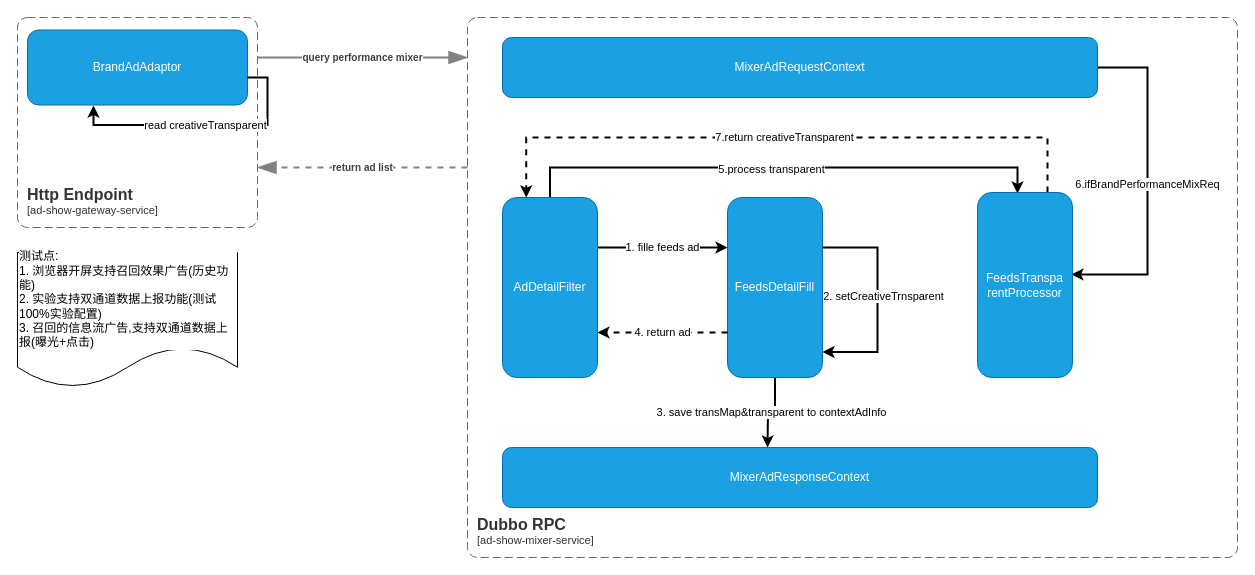
Before: universal-engine/universal-transparent.drawio in karlchan-cn/drawio-repository, a draw.io diagram. Source tidied: cells renumbered, new cells numbered last; positions are measured from the earlier drawing's top-left corner, leaving out a move shared by most shapes. Both pictures are drawn from the tidied source at 100%, with x=0, y=0 at pixel (17, 17).
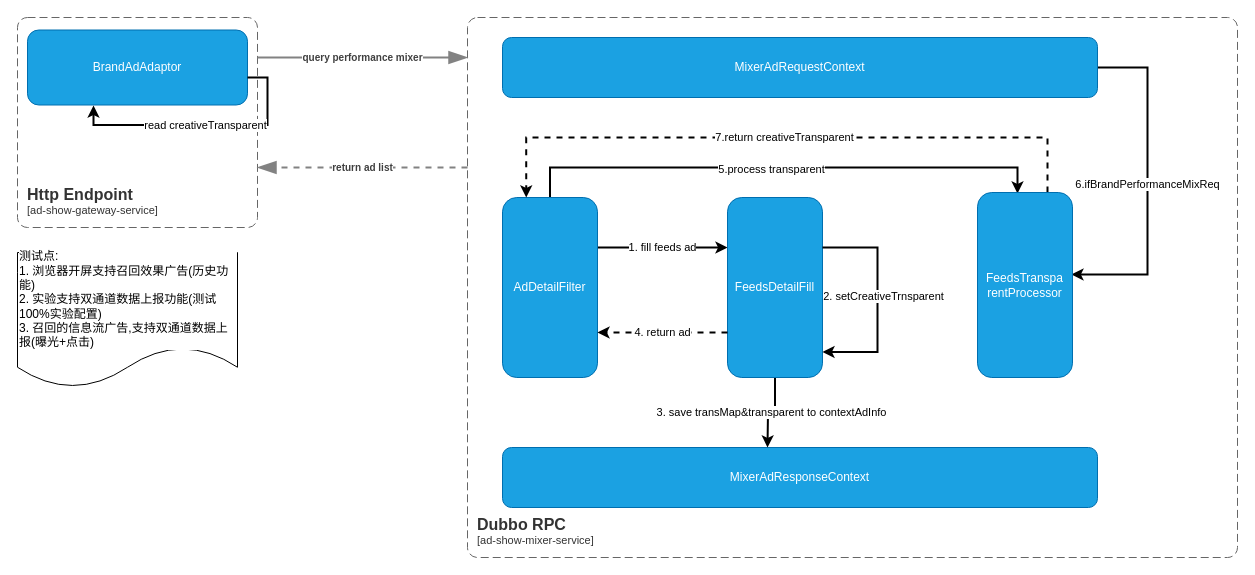
Above is the later version.

The change refers to these unchanged cells:
```xml
<mxCell id="10" value="AdDetailFilter" style="rounded=1;whiteSpace=wrap;html=1;fillColor=#1ba1e2;fontColor=#ffffff;strokeColor=#006EAF;" parent="1" vertex="1">
  <mxGeometry x="485" y="180" width="95" height="180" as="geometry" />
</mxCell>
<mxCell id="12" value="FeedsDetailFill" style="rounded=1;whiteSpace=wrap;html=1;fillColor=#1ba1e2;fontColor=#ffffff;strokeColor=#006EAF;" parent="1" vertex="1">
  <mxGeometry x="710" y="180" width="95" height="180" as="geometry" />
</mxCell>
```

Diff of the diagram source:
```diff
@@
-    <mxCell id="7" value="1. fille feeds ad" style="edgeStyle=orthogonalEdgeStyle;rounded=0;jettySize=auto;html=1;strokeWidth=2;" parent="1" edge="1" source="10" target="12">
+    <mxCell id="7" value="1. fill feeds ad" style="edgeStyle=orthogonalEdgeStyle;rounded=0;jettySize=auto;html=1;strokeWidth=2;" parent="1" edge="1" source="10" target="12">
       <mxGeometry relative="1" as="geometry">
         <Array as="points">
           <mxPoint x="650" y="230" />
           <mxPoint x="650" y="230" />
         </Array>
       </mxGeometry>
     </mxCell>
```
